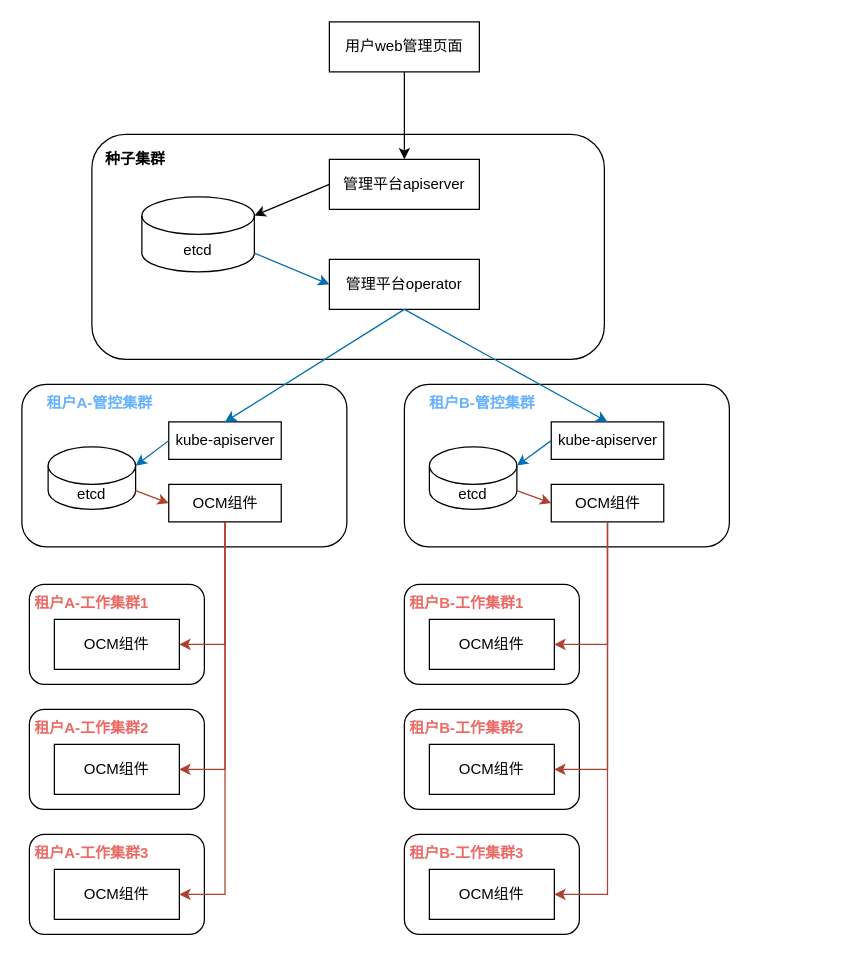
Above: drawio/ccse专利.drawio in Tiny-VS-Lina/ccse (draw.io), before the change. Source tidied: cells renumbered, new cells numbered last; positions are measured from the earlier drawing's top-left corner, leaving out a move shared by most shapes. Both pictures are drawn from the tidied source at 125%, with x=0, y=0 at pixel (21, 21).
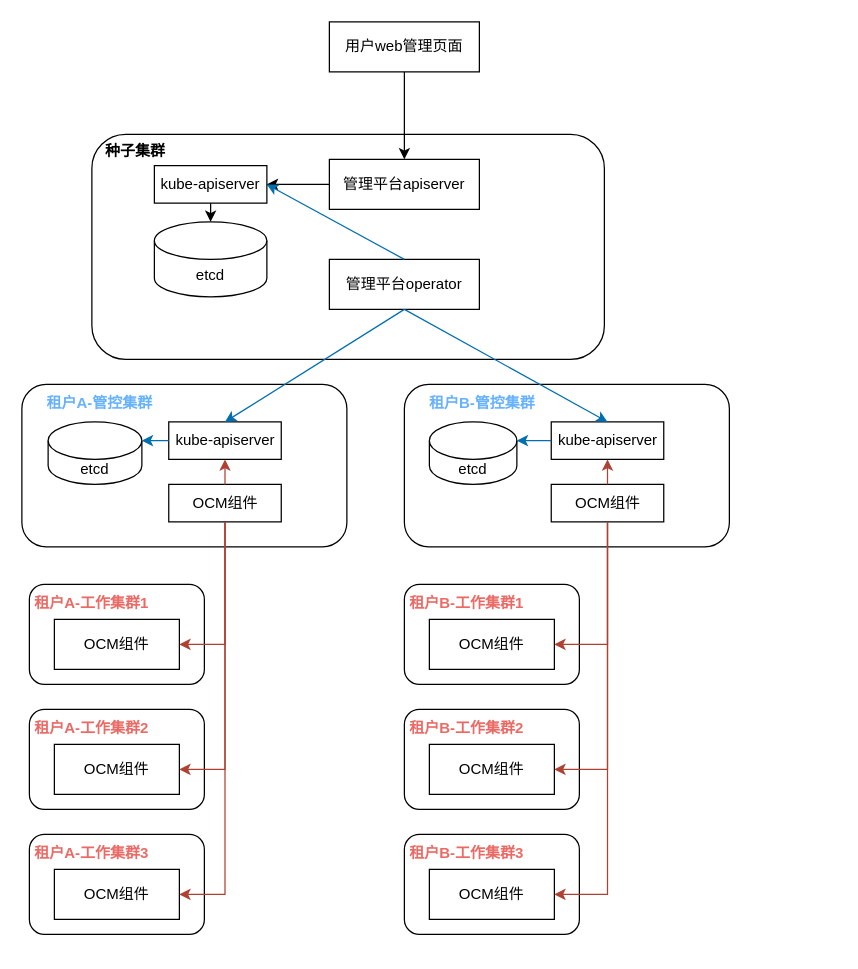
After the change.

The change refers to these unchanged cells:
```xml
<mxCell id="5" value="管理平台apiserver" style="rounded=0;whiteSpace=wrap;html=1;" parent="1" vertex="1">
  <mxGeometry x="246" y="110" width="120" height="40" as="geometry" />
</mxCell>
<mxCell id="6" value="管理平台operator" style="rounded=0;whiteSpace=wrap;html=1;" parent="1" vertex="1">
  <mxGeometry x="246" y="190" width="120" height="40" as="geometry" />
</mxCell>
<mxCell id="12" style="group;" parent="1" vertex="1">
  <mxGeometry x="36" y="300" width="615" height="440" as="geometry" />
</mxCell>
<mxCell id="14" value="OCM组件" style="rounded=0;whiteSpace=wrap;html=1;" parent="12" vertex="1">
  <mxGeometry x="81.5" y="70" width="90" height="30" as="geometry" />
</mxCell>
<mxCell id="15" value="kube-apiserver" style="rounded=0;whiteSpace=wrap;html=1;" parent="12" vertex="1">
  <mxGeometry x="81.5" y="20" width="90" height="30" as="geometry" />
</mxCell>
<mxCell id="19" value="OCM组件" style="rounded=0;whiteSpace=wrap;html=1;" parent="12" vertex="1">
  <mxGeometry x="387.5" y="70" width="90" height="30" as="geometry" />
</mxCell>
<mxCell id="20" value="kube-apiserver" style="rounded=0;whiteSpace=wrap;html=1;" parent="12" vertex="1">
  <mxGeometry x="387.5" y="20" width="90" height="30" as="geometry" />
</mxCell>
```

Diff of the diagram source:
```diff
@@
     <mxCell id="7" value="etcd" style="shape=cylinder3;whiteSpace=wrap;html=1;boundedLbl=1;backgroundOutline=1;size=15;" parent="1" vertex="1">
-      <mxGeometry x="96" y="140" width="90" height="60" as="geometry" />
+      <mxGeometry x="106" y="160" width="90" height="60" as="geometry" />
     </mxCell>
     <mxCell id="8" value="&lt;b&gt;种子集群&lt;/b&gt;" style="text;html=1;strokeColor=none;fillColor=none;align=center;verticalAlign=middle;whiteSpace=wrap;rounded=0;" parent="1" vertex="1">
-      <mxGeometry x="56" y="100" width="70" height="20" as="geometry" />
+      <mxGeometry x="56" y="94" width="70" height="20" as="geometry" />
     </mxCell>
-    <mxCell id="9" style="endArrow=classic;html=1;rounded=0;exitX=0;exitY=0.5;exitDx=0;exitDy=0;entryX=1;entryY=0;entryDx=0;entryDy=15;entryPerimeter=0;" parent="1" edge="1" source="5" target="7">
+    <mxCell id="9" style="endArrow=classic;html=1;rounded=0;exitX=0;exitY=0.5;exitDx=0;exitDy=0;entryX=1;entryY=0.5;entryDx=0;entryDy=0;" parent="1" edge="1" source="5" target="54">
       <mxGeometry relative="1" as="geometry" />
     </mxCell>
@@
-    <mxCell id="11" style="endArrow=classic;html=1;rounded=0;exitX=1;exitY=1;exitDx=0;exitDy=-15;exitPerimeter=0;entryX=0;entryY=0.5;entryDx=0;entryDy=0;fillColor=#1ba1e2;strokeColor=#006EAF;" parent="1" edge="1" source="7" target="6">
+    <mxCell id="11" style="endArrow=classic;html=1;rounded=0;entryX=1;entryY=0.5;entryDx=0;entryDy=0;fillColor=#1ba1e2;strokeColor=#006EAF;exitX=0.5;exitY=0;exitDx=0;exitDy=0;" parent="1" edge="1" source="6" target="54">
       <mxGeometry relative="1" as="geometry" />
     </mxCell>
@@
     <mxCell id="17" value="etcd" style="shape=cylinder3;whiteSpace=wrap;html=1;boundedLbl=1;backgroundOutline=1;size=15;" parent="12" vertex="1">
-      <mxGeometry x="-15" y="40" width="70" height="50" as="geometry" />
+      <mxGeometry x="-15" y="20" width="75" height="50" as="geometry" />
     </mxCell>
@@
     <mxCell id="22" value="etcd" style="shape=cylinder3;whiteSpace=wrap;html=1;boundedLbl=1;backgroundOutline=1;size=15;" parent="12" vertex="1">
-      <mxGeometry x="290" y="40" width="70" height="50" as="geometry" />
+      <mxGeometry x="290" y="20" width="70" height="50" as="geometry" />
     </mxCell>
@@
-    <mxCell id="37" style="endArrow=classic;html=1;rounded=0;exitX=1;exitY=1;exitDx=0;exitDy=-15;exitPerimeter=0;entryX=0;entryY=0.5;entryDx=0;entryDy=0;fillColor=#fad9d5;strokeColor=#ae4132;" parent="12" edge="1" source="17" target="14">
+    <mxCell id="37" style="endArrow=classic;html=1;rounded=0;fillColor=#fad9d5;strokeColor=#ae4132;entryX=0.5;entryY=1;entryDx=0;entryDy=0;exitX=0.5;exitY=0;exitDx=0;exitDy=0;" parent="12" edge="1" source="14" target="15">
       <mxGeometry relative="1" as="geometry" />
     </mxCell>
@@
-    <mxCell id="39" style="endArrow=classic;html=1;rounded=0;exitX=1;exitY=1;exitDx=0;exitDy=-15;exitPerimeter=0;entryX=0;entryY=0.5;entryDx=0;entryDy=0;fillColor=#fad9d5;strokeColor=#ae4132;" parent="12" edge="1" source="22" target="19">
-      <mxGeometry relative="1" as="geometry" />
-    </mxCell>
+    <mxCell id="53" style="endArrow=classic;html=1;rounded=0;fillColor=#fad9d5;strokeColor=#ae4132;entryX=0.5;entryY=1;entryDx=0;entryDy=0;exitX=0.5;exitY=0;exitDx=0;exitDy=0;" parent="12" edge="1" source="19" target="20">
+      <mxGeometry relative="1" as="geometry" />
+    </mxCell>
@@
+    <mxCell id="54" value="kube-apiserver" style="rounded=0;whiteSpace=wrap;html=1;" parent="1" vertex="1">
+      <mxGeometry x="106" y="115" width="90" height="30" as="geometry" />
+    </mxCell>
+    <mxCell id="55" style="endArrow=classic;html=1;rounded=0;exitX=0.5;exitY=1;exitDx=0;exitDy=0;entryX=0.5;entryY=0;entryDx=0;entryDy=0;entryPerimeter=0;" parent="1" edge="1" source="54" target="7">
+      <mxGeometry relative="1" as="geometry" />
+    </mxCell>
```
